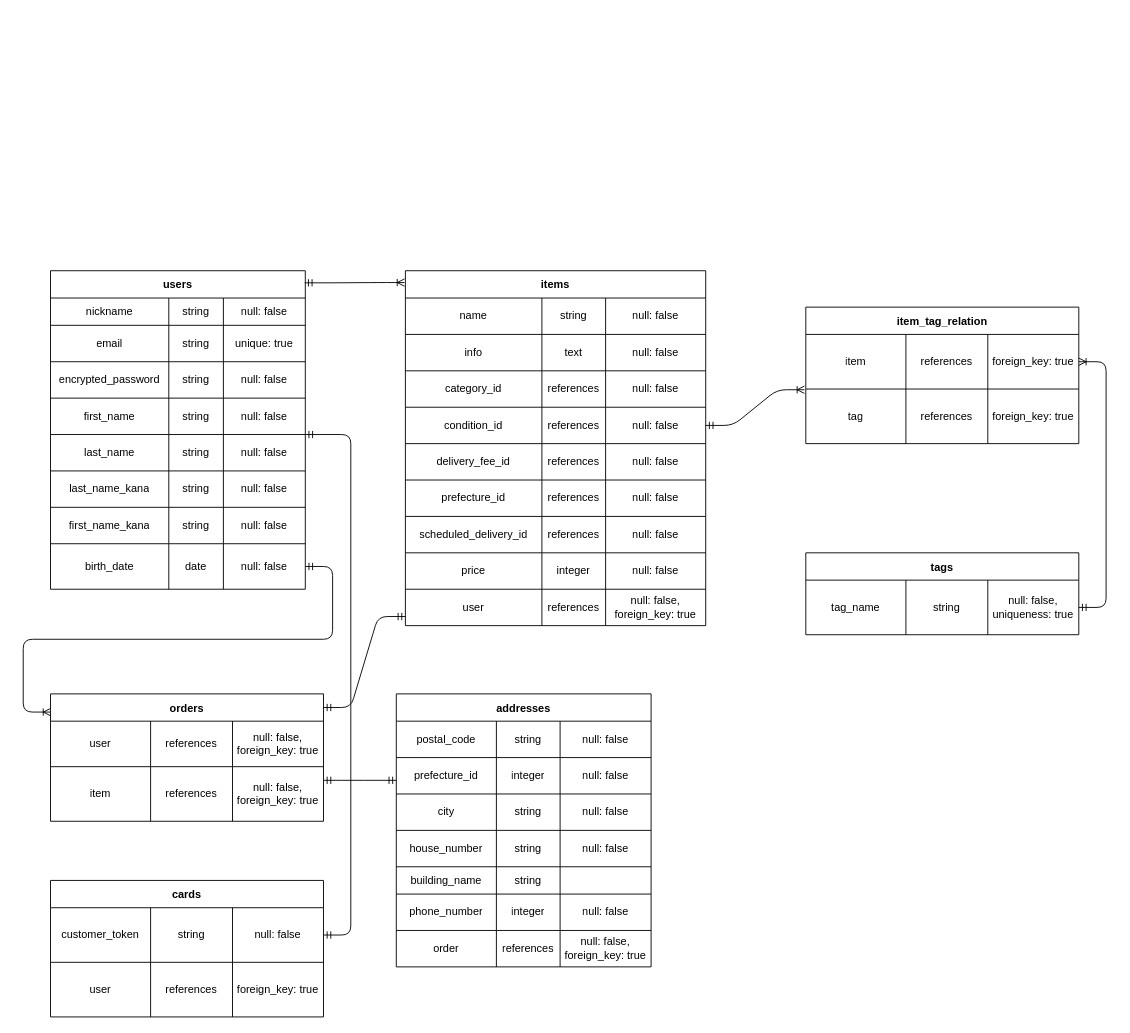
This is furima.dio from shunpikun/furima-36852, a draw.io file, before an edit. Source tidied: cells renumbered, new cells numbered last; positions are measured from the earlier drawing's top-left corner, leaving out a move shared by most shapes. Both pictures are drawn from the tidied source at 91%, with x=0, y=0 at pixel (50, 270).
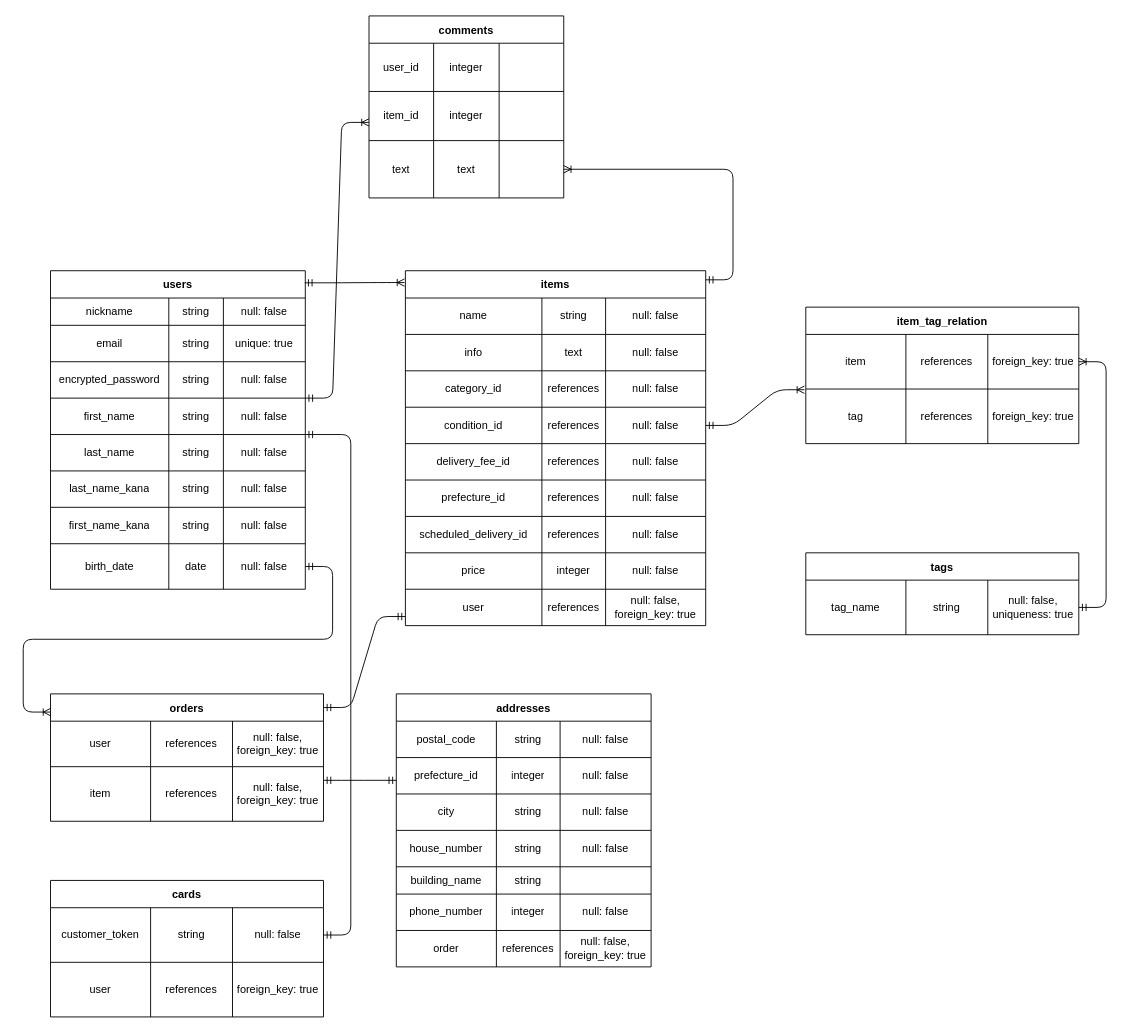
After the change.

Commit message (it also covers changes not shown here):
データベース設計とREADME記述

Change to the diagram source:
```diff
@@
+    <mxCell id="140" value="comments" style="shape=table;startSize=30;childLayout=tableLayout;fontStyle=1;align=center;" parent="1" vertex="1">
+      <mxGeometry x="350" y="-280" width="214" height="200" as="geometry" />
+    </mxCell>
+    <mxCell id="141" style="shape=partialRectangle;html=1;whiteSpace=wrap;fillColor=none;top=0;left=0;bottom=0;right=0;" parent="140" vertex="1">
+      <mxGeometry y="30" width="214" height="53" as="geometry" />
+    </mxCell>
+    <mxCell id="142" value="user_id" style="shape=partialRectangle;html=1;whiteSpace=wrap;fillColor=none;top=0;left=0;bottom=0;right=0;overflow=hidden;" parent="141" vertex="1">
+      <mxGeometry width="71" height="53" as="geometry" />
+    </mxCell>
+    <mxCell id="143" value="integer" style="shape=partialRectangle;html=1;whiteSpace=wrap;fillColor=none;top=0;left=0;bottom=0;right=0;overflow=hidden;" parent="141" vertex="1">
+      <mxGeometry x="71" width="72" height="53" as="geometry" />
+    </mxCell>
+    <mxCell id="144" style="shape=partialRectangle;html=1;whiteSpace=wrap;fillColor=none;top=0;left=0;bottom=0;right=0;overflow=hidden;" parent="141" vertex="1">
+      <mxGeometry x="143" width="71" height="53" as="geometry" />
+    </mxCell>
+    <mxCell id="145" style="shape=partialRectangle;html=1;whiteSpace=wrap;fillColor=none;top=0;left=0;bottom=0;right=0;" parent="140" vertex="1">
+      <mxGeometry y="83" width="214" height="54" as="geometry" />
+    </mxCell>
+    <mxCell id="146" value="item_id" style="shape=partialRectangle;html=1;whiteSpace=wrap;fillColor=none;top=0;left=0;bottom=0;right=0;overflow=hidden;" parent="145" vertex="1">
+      <mxGeometry width="71" height="54" as="geometry" />
+    </mxCell>
+    <mxCell id="147" value="integer" style="shape=partialRectangle;html=1;whiteSpace=wrap;fillColor=none;top=0;left=0;bottom=0;right=0;overflow=hidden;" parent="145" vertex="1">
+      <mxGeometry x="71" width="72" height="54" as="geometry" />
+    </mxCell>
+    <mxCell id="148" style="shape=partialRectangle;html=1;whiteSpace=wrap;fillColor=none;top=0;left=0;bottom=0;right=0;overflow=hidden;" parent="145" vertex="1">
+      <mxGeometry x="143" width="71" height="54" as="geometry" />
+    </mxCell>
+    <mxCell id="149" style="shape=partialRectangle;html=1;whiteSpace=wrap;fillColor=none;top=0;left=0;bottom=0;right=0;points=[[0,0.5],[1,0.5]];portConstraint=eastwest;" parent="140" vertex="1">
+      <mxGeometry y="137" width="214" height="63" as="geometry" />
+    </mxCell>
+    <mxCell id="150" value="text" style="shape=partialRectangle;html=1;whiteSpace=wrap;fillColor=none;top=0;left=0;bottom=0;right=0;overflow=hidden;" parent="149" vertex="1">
+      <mxGeometry width="71" height="63" as="geometry" />
+    </mxCell>
+    <mxCell id="151" value="text" style="shape=partialRectangle;html=1;whiteSpace=wrap;fillColor=none;top=0;left=0;bottom=0;right=0;overflow=hidden;" parent="149" vertex="1">
+      <mxGeometry x="71" width="72" height="63" as="geometry" />
+    </mxCell>
+    <mxCell id="152" style="shape=partialRectangle;html=1;whiteSpace=wrap;fillColor=none;top=0;left=0;bottom=0;right=0;overflow=hidden;" parent="149" vertex="1">
+      <mxGeometry x="143" width="71" height="63" as="geometry" />
+    </mxCell>
+    <mxCell id="153" style="edgeStyle=entityRelationEdgeStyle;fontSize=12;html=1;endArrow=ERoneToMany;startArrow=ERmandOne;" parent="1" edge="1">
+      <mxGeometry relative="1" as="geometry">
+        <mxPoint x="280" y="140" as="sourcePoint" />
+        <mxPoint x="350" y="-163" as="targetPoint" />
+      </mxGeometry>
+    </mxCell>
+    <mxCell id="154" style="edgeStyle=entityRelationEdgeStyle;fontSize=12;html=1;endArrow=ERoneToMany;startArrow=ERmandOne;entryX=1;entryY=0.5;entryDx=0;entryDy=0;" parent="1" edge="1" target="149">
+      <mxGeometry relative="1" as="geometry">
+        <mxPoint x="720" y="10" as="sourcePoint" />
+      </mxGeometry>
+    </mxCell>
```
